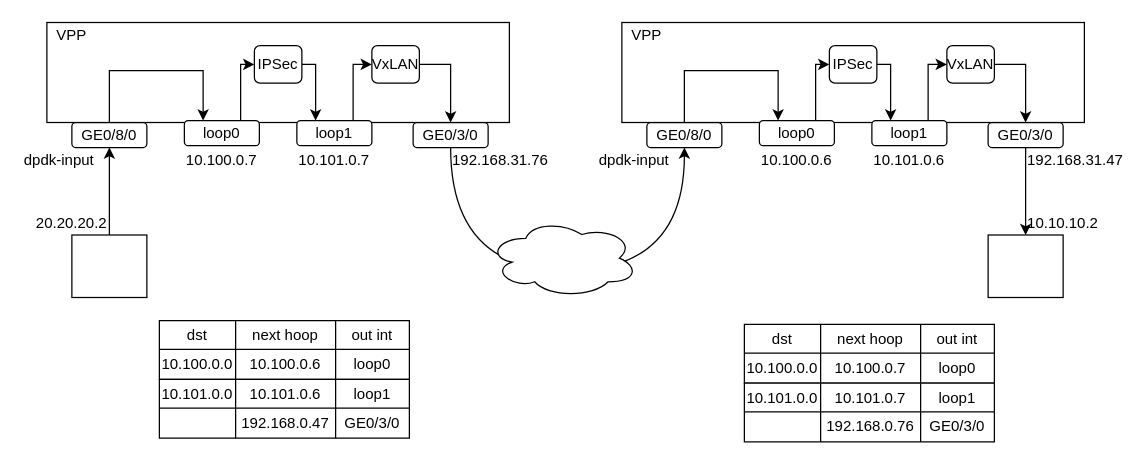
ctimbai/draw.io keeps this draw.io diagram as vppipsecvxlan.drawio. Above is the earlier version. Source tidied: cells renumbered, new cells numbered last; positions are measured from the earlier drawing's top-left corner, leaving out a move shared by most shapes. Both pictures are drawn from the tidied source at 125%, with x=0, y=0 at pixel (21, 22).
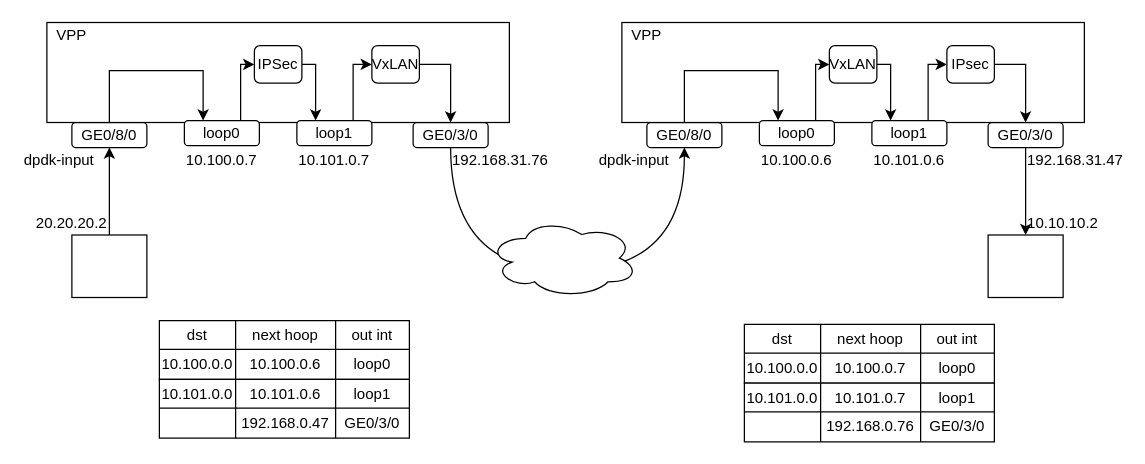
After the change.

Diff of the diagram source:
```diff
@@
-    <mxCell id="57" value="IPSec" style="rounded=1;whiteSpace=wrap;html=1;" parent="1" vertex="1">
+    <mxCell id="57" value="VxLAN" style="rounded=1;whiteSpace=wrap;html=1;" parent="1" vertex="1">
       <mxGeometry x="646" y="18" width="38" height="30" as="geometry" />
     </mxCell>
@@
-    <mxCell id="59" value="VxLAN" style="rounded=1;whiteSpace=wrap;html=1;" parent="1" vertex="1">
+    <mxCell id="59" value="IPsec" style="rounded=1;whiteSpace=wrap;html=1;" parent="1" vertex="1">
       <mxGeometry x="740" y="18" width="38" height="30" as="geometry" />
     </mxCell>
```
